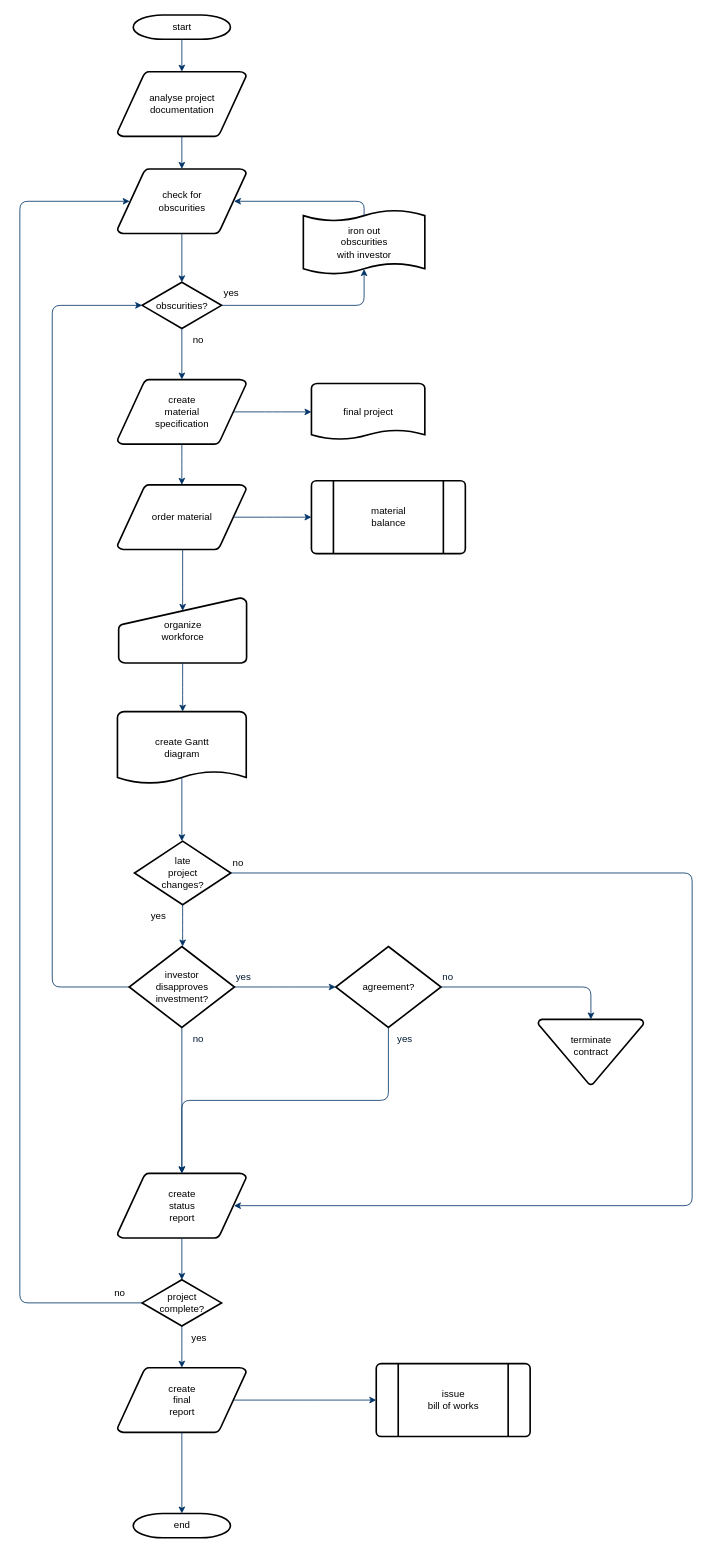
Before: page "Page-1" (1 of 3) of 流程图.drawio in Gonod20s/Voice-Controlled-Robot, a draw.io diagram. Source tidied: cells renumbered, new cells numbered last; positions are measured from the earlier drawing's top-left corner, leaving out a move shared by most shapes. Both pictures are drawn from the tidied source at 81%, with x=0, y=0 at pixel (19, 15).
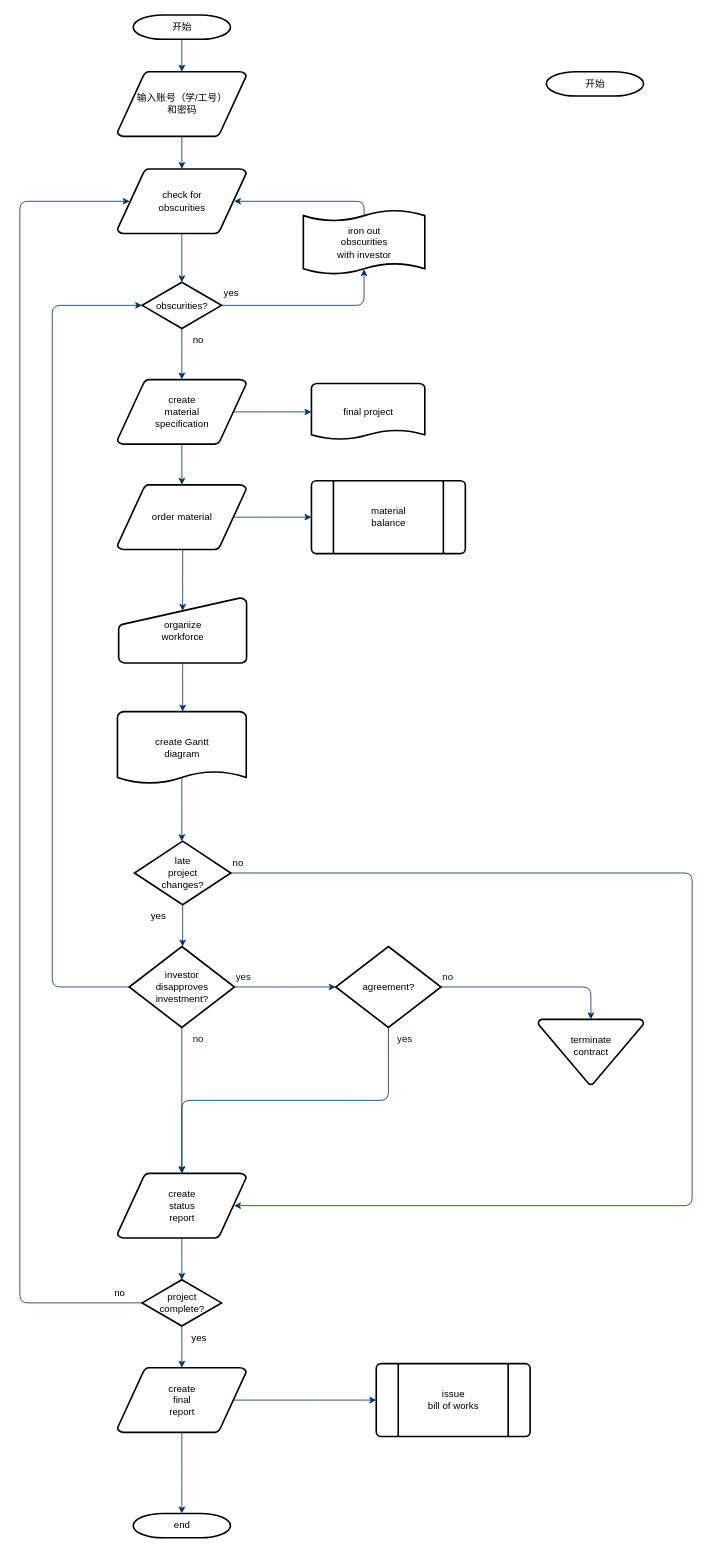
The same diagram, later.

Commit message:
更新流程图.drawio

Diff of the diagram source:
```diff
@@
-    <mxCell id="2" value="start" style="shape=mxgraph.flowchart.terminator;strokeWidth=2;gradientColor=none;gradientDirection=north;fontStyle=0;html=1;" parent="1" vertex="1">
+    <mxCell id="2" value="开始" style="shape=mxgraph.flowchart.terminator;strokeWidth=2;gradientColor=none;gradientDirection=north;fontStyle=0;html=1;" parent="1" vertex="1">
       <mxGeometry x="140" width="120" height="30" as="geometry" />
     </mxCell>
-    <mxCell id="3" value="analyse project&#10; documentation" style="shape=mxgraph.flowchart.data;strokeWidth=2;gradientColor=none;gradientDirection=north;fontStyle=0;html=1;" parent="1" vertex="1">
+    <mxCell id="3" value="输入账号（学/工号）&lt;div&gt;和密码&lt;/div&gt;" style="shape=mxgraph.flowchart.data;strokeWidth=2;gradientColor=none;gradientDirection=north;fontStyle=0;html=1;" parent="1" vertex="1">
       <mxGeometry x="120.5" y="70" width="159" height="80" as="geometry" />
     </mxCell>
@@
+    <mxCell id="56" value="开始" style="shape=mxgraph.flowchart.terminator;strokeWidth=2;gradientColor=none;gradientDirection=north;fontStyle=0;html=1;" parent="1" vertex="1">
+      <mxGeometry x="650" y="70" width="120" height="30" as="geometry" />
+    </mxCell>
```
